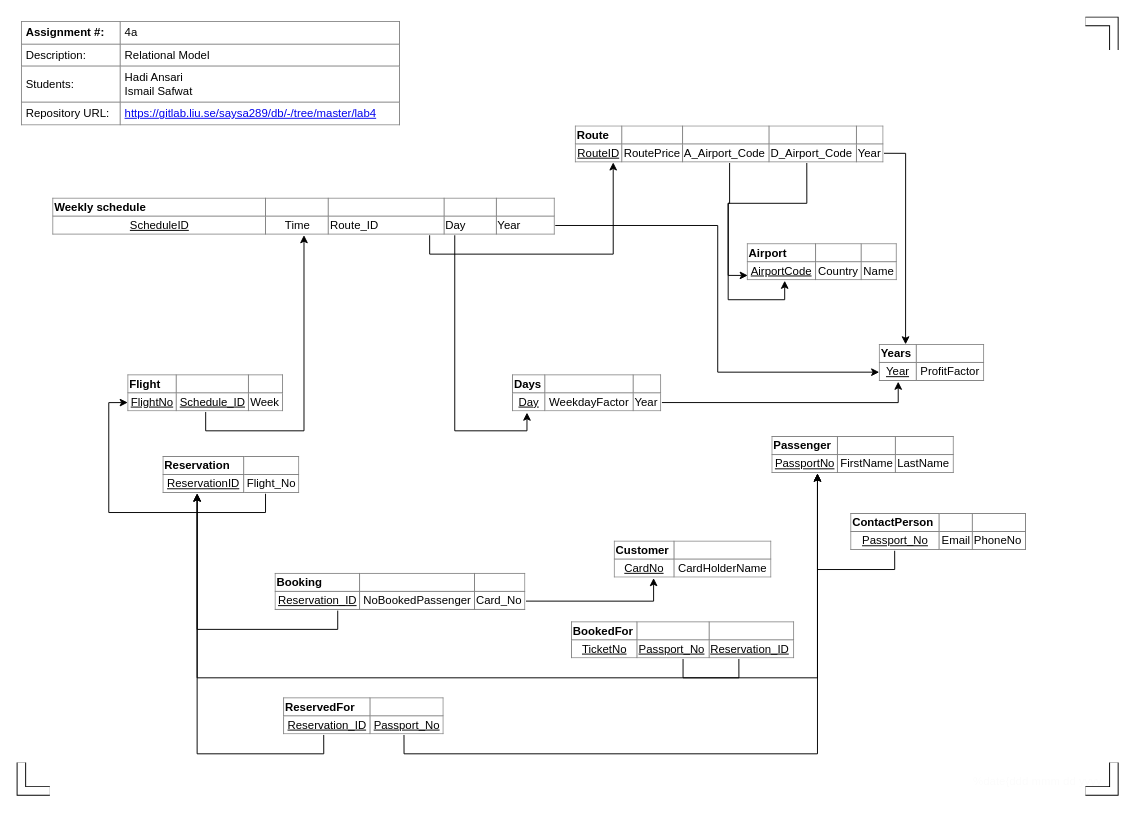
Before: page "Relational Model" (2 of 2) of lab4/Assignment4b.drawio in hadi-ansari/TDDD12, a draw.io diagram. Source tidied: cells renumbered, new cells numbered last; positions are measured from the earlier drawing's top-left corner, leaving out a move shared by most shapes. Both pictures are drawn from the tidied source at 95%, with x=0, y=0 at pixel (21, 21).
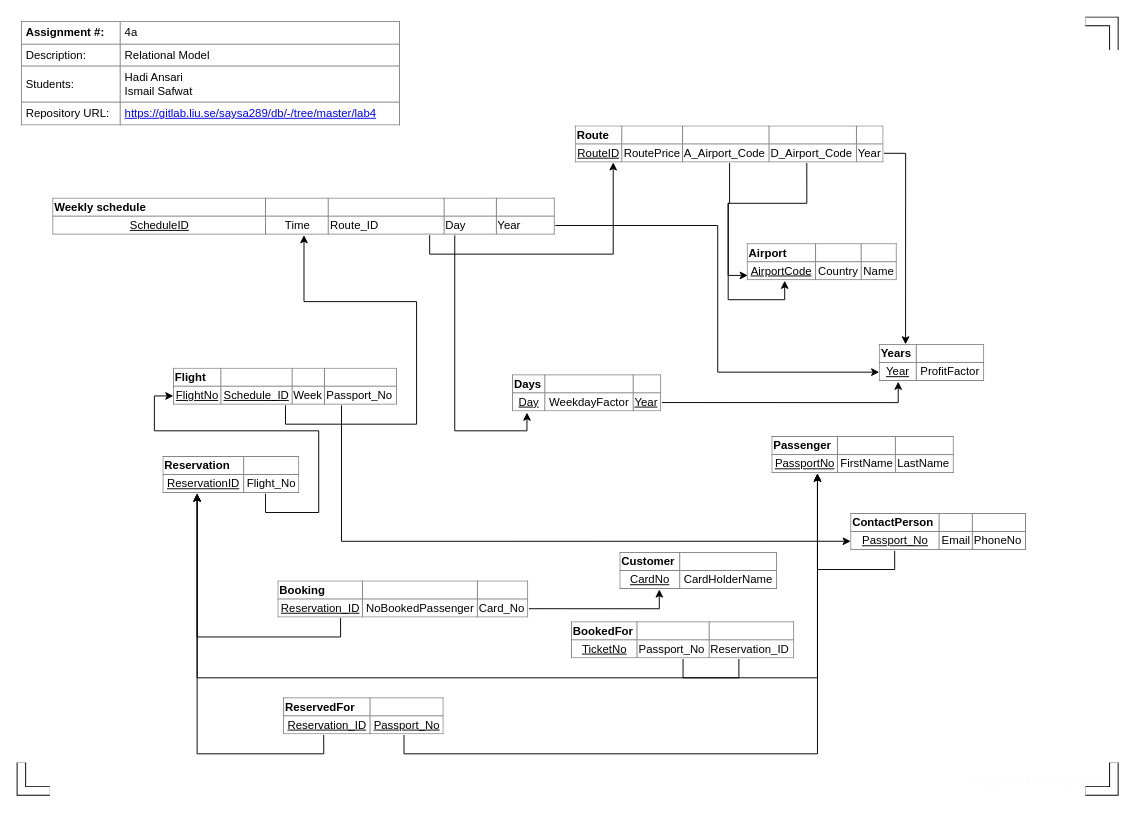
The same page after the edit.

The change refers to these unchanged cells:
```xml
<mxCell id="35" value="&lt;table border=&quot;1&quot; width=&quot;100%&quot; style=&quot;width: 100% ; height: 100% ; border-collapse: collapse&quot;&gt;&lt;tbody&gt;&lt;tr&gt;&lt;td&gt;&lt;b&gt;ContactPerson&lt;/b&gt;&lt;/td&gt;&lt;td&gt;&lt;br&gt;&lt;/td&gt;&lt;td&gt;&lt;/td&gt;&lt;/tr&gt;&lt;tr&gt;&lt;td style=&quot;text-align: center&quot;&gt;&lt;u&gt;Passport_No&lt;/u&gt;&lt;/td&gt;&lt;td style=&quot;text-align: center&quot;&gt;Email&lt;/td&gt;&lt;td&gt;PhoneNo&lt;/td&gt;&lt;/tr&gt;&lt;/tbody&gt;&lt;/table&gt;" style="text;html=1;strokeColor=none;fillColor=#ffffff;overflow=fill;" parent="1" vertex="1">
  <mxGeometry x="873" y="518" width="185" height="39" as="geometry" />
</mxCell>
```

Diff of the diagram source:
```diff
@@
-    <mxCell id="18" value="&lt;table border=&quot;1&quot; width=&quot;100%&quot; style=&quot;width: 100% ; height: 100% ; border-collapse: collapse&quot;&gt;&lt;tbody&gt;&lt;tr&gt;&lt;td&gt;&lt;b&gt;Days&lt;/b&gt;&lt;/td&gt;&lt;td&gt;&lt;br&gt;&lt;/td&gt;&lt;td&gt;&lt;/td&gt;&lt;/tr&gt;&lt;tr&gt;&lt;td style=&quot;text-align: center&quot;&gt;&lt;u&gt;Day&lt;/u&gt;&lt;/td&gt;&lt;td style=&quot;text-align: center&quot;&gt;WeekdayFactor&lt;/td&gt;&lt;td&gt;Year&lt;/td&gt;&lt;/tr&gt;&lt;/tbody&gt;&lt;/table&gt;" style="text;html=1;strokeColor=none;fillColor=#ffffff;overflow=fill;" parent="1" vertex="1">
+    <mxCell id="18" value="&lt;table border=&quot;1&quot; width=&quot;100%&quot; style=&quot;width: 100% ; height: 100% ; border-collapse: collapse&quot;&gt;&lt;tbody&gt;&lt;tr&gt;&lt;td&gt;&lt;b&gt;Days&lt;/b&gt;&lt;/td&gt;&lt;td&gt;&lt;br&gt;&lt;/td&gt;&lt;td&gt;&lt;/td&gt;&lt;/tr&gt;&lt;tr&gt;&lt;td style=&quot;text-align: center&quot;&gt;&lt;u&gt;Day&lt;/u&gt;&lt;/td&gt;&lt;td style=&quot;text-align: center&quot;&gt;WeekdayFactor&lt;/td&gt;&lt;td&gt;&lt;u&gt;Year&lt;/u&gt;&lt;/td&gt;&lt;/tr&gt;&lt;/tbody&gt;&lt;/table&gt;" style="text;html=1;strokeColor=none;fillColor=#ffffff;overflow=fill;" parent="1" vertex="1">
       <mxGeometry x="517" y="372" width="157" height="39" as="geometry" />
     </mxCell>
@@
     <mxCell id="21" value="&lt;table border=&quot;1&quot; width=&quot;100%&quot; style=&quot;width: 100% ; height: 100% ; border-collapse: collapse&quot;&gt;&lt;tbody&gt;&lt;tr&gt;&lt;td&gt;&lt;b&gt;Customer&lt;/b&gt;&lt;/td&gt;&lt;td&gt;&lt;br&gt;&lt;/td&gt;&lt;/tr&gt;&lt;tr&gt;&lt;td style=&quot;text-align: center&quot;&gt;&lt;u&gt;CardNo&lt;/u&gt;&lt;br&gt;&lt;/td&gt;&lt;td style=&quot;text-align: center&quot;&gt;CardHolderName&lt;/td&gt;&lt;/tr&gt;&lt;/tbody&gt;&lt;/table&gt;" style="text;html=1;strokeColor=none;fillColor=#ffffff;overflow=fill;" parent="1" vertex="1">
-      <mxGeometry x="624" y="547" width="166" height="39" as="geometry" />
+      <mxGeometry x="630" y="559" width="166" height="39" as="geometry" />
     </mxCell>
@@
+    <mxCell id="36" style="edgeStyle=orthogonalEdgeStyle;rounded=0;jettySize=auto;html=1;exitX=0.75;exitY=1;exitDx=0;exitDy=0;entryX=0;entryY=0.75;entryDx=0;entryDy=0;" parent="1" edge="1" source="23" target="35">
+      <mxGeometry relative="1" as="geometry" />
+    </mxCell>
-    <mxCell id="23" value="&lt;table border=&quot;1&quot; width=&quot;100%&quot; style=&quot;width: 100% ; height: 100% ; border-collapse: collapse&quot;&gt;&lt;tbody&gt;&lt;tr&gt;&lt;td&gt;&lt;b&gt;Flight&lt;/b&gt;&lt;/td&gt;&lt;td&gt;&lt;br&gt;&lt;/td&gt;&lt;td&gt;&lt;br&gt;&lt;/td&gt;&lt;/tr&gt;&lt;tr&gt;&lt;td style=&quot;text-align: center&quot;&gt;&lt;u&gt;FlightNo&lt;/u&gt;&lt;/td&gt;&lt;td style=&quot;text-align: center&quot;&gt;&lt;u style=&quot;text-align: left&quot;&gt;Schedule_ID&lt;/u&gt;&lt;br&gt;&lt;/td&gt;&lt;td&gt;Week&lt;/td&gt;&lt;/tr&gt;&lt;/tbody&gt;&lt;/table&gt;" style="text;html=1;strokeColor=none;fillColor=#ffffff;overflow=fill;" parent="1" vertex="1">
-      <mxGeometry x="112" y="372" width="164" height="39" as="geometry" />
+    <mxCell id="23" value="&lt;table border=&quot;1&quot; width=&quot;100%&quot; style=&quot;width: 100% ; height: 100% ; border-collapse: collapse&quot;&gt;&lt;tbody&gt;&lt;tr&gt;&lt;td&gt;&lt;b&gt;Flight&lt;/b&gt;&lt;/td&gt;&lt;td&gt;&lt;br&gt;&lt;/td&gt;&lt;td&gt;&lt;br&gt;&lt;/td&gt;&lt;td&gt;&lt;br&gt;&lt;/td&gt;&lt;/tr&gt;&lt;tr&gt;&lt;td style=&quot;text-align: center&quot;&gt;&lt;u&gt;FlightNo&lt;/u&gt;&lt;/td&gt;&lt;td style=&quot;text-align: center&quot;&gt;&lt;u style=&quot;text-align: left&quot;&gt;Schedule_ID&lt;/u&gt;&lt;br&gt;&lt;/td&gt;&lt;td&gt;Week&lt;/td&gt;&lt;td&gt;Passport_No&lt;/td&gt;&lt;/tr&gt;&lt;/tbody&gt;&lt;/table&gt;" style="text;html=1;strokeColor=none;fillColor=#ffffff;overflow=fill;" parent="1" vertex="1">
+      <mxGeometry x="160" y="365" width="236" height="39" as="geometry" />
     </mxCell>
@@
     <mxCell id="26" value="&lt;table border=&quot;1&quot; width=&quot;100%&quot; style=&quot;width: 100% ; height: 100% ; border-collapse: collapse&quot;&gt;&lt;tbody&gt;&lt;tr&gt;&lt;td&gt;&lt;b&gt;Booking&lt;/b&gt;&lt;/td&gt;&lt;td&gt;&lt;br&gt;&lt;/td&gt;&lt;td&gt;&lt;/td&gt;&lt;/tr&gt;&lt;tr&gt;&lt;td style=&quot;text-align: center&quot;&gt;&lt;u&gt;Reservation_ID&lt;/u&gt;&lt;/td&gt;&lt;td style=&quot;text-align: center&quot;&gt;NoBookedPassenger&lt;/td&gt;&lt;td&gt;Card_No&lt;/td&gt;&lt;/tr&gt;&lt;/tbody&gt;&lt;/table&gt;" style="text;html=1;strokeColor=none;fillColor=#ffffff;overflow=fill;" parent="1" vertex="1">
-      <mxGeometry x="267" y="581" width="264" height="39" as="geometry" />
+      <mxGeometry x="270" y="589" width="264" height="39" as="geometry" />
     </mxCell>
@@
-    <mxCell id="33" value="&lt;table border=&quot;1&quot; width=&quot;100%&quot; style=&quot;width: 100% ; height: 100% ; border-collapse: collapse&quot;&gt;&lt;tbody&gt;&lt;tr&gt;&lt;td&gt;&lt;b&gt;BookedFor&lt;/b&gt;&lt;/td&gt;&lt;td&gt;&lt;br&gt;&lt;/td&gt;&lt;td&gt;&lt;br&gt;&lt;/td&gt;&lt;/tr&gt;&lt;tr&gt;&lt;td style=&quot;text-align: center&quot;&gt;&lt;u&gt;TicketNo&lt;/u&gt;&lt;/td&gt;&lt;td&gt;&lt;u&gt;Passport_No&lt;/u&gt;&lt;/td&gt;&lt;td&gt;&lt;u&gt;Reservation_ID&lt;/u&gt;&lt;/td&gt;&lt;/tr&gt;&lt;/tbody&gt;&lt;/table&gt;" style="text;html=1;strokeColor=none;fillColor=#ffffff;overflow=fill;" parent="1" vertex="1">
+    <mxCell id="33" value="&lt;table border=&quot;1&quot; width=&quot;100%&quot; style=&quot;width: 100% ; height: 100% ; border-collapse: collapse&quot;&gt;&lt;tbody&gt;&lt;tr&gt;&lt;td&gt;&lt;b&gt;BookedFor&lt;/b&gt;&lt;/td&gt;&lt;td&gt;&lt;br&gt;&lt;/td&gt;&lt;td&gt;&lt;br&gt;&lt;/td&gt;&lt;/tr&gt;&lt;tr&gt;&lt;td style=&quot;text-align: center&quot;&gt;&lt;u&gt;TicketNo&lt;/u&gt;&lt;/td&gt;&lt;td&gt;Passport_No&lt;/td&gt;&lt;td&gt;Reservation_ID&lt;/td&gt;&lt;/tr&gt;&lt;/tbody&gt;&lt;/table&gt;" style="text;html=1;strokeColor=none;fillColor=#ffffff;overflow=fill;" parent="1" vertex="1">
       <mxGeometry x="579" y="632" width="235" height="39" as="geometry" />
     </mxCell>
```
